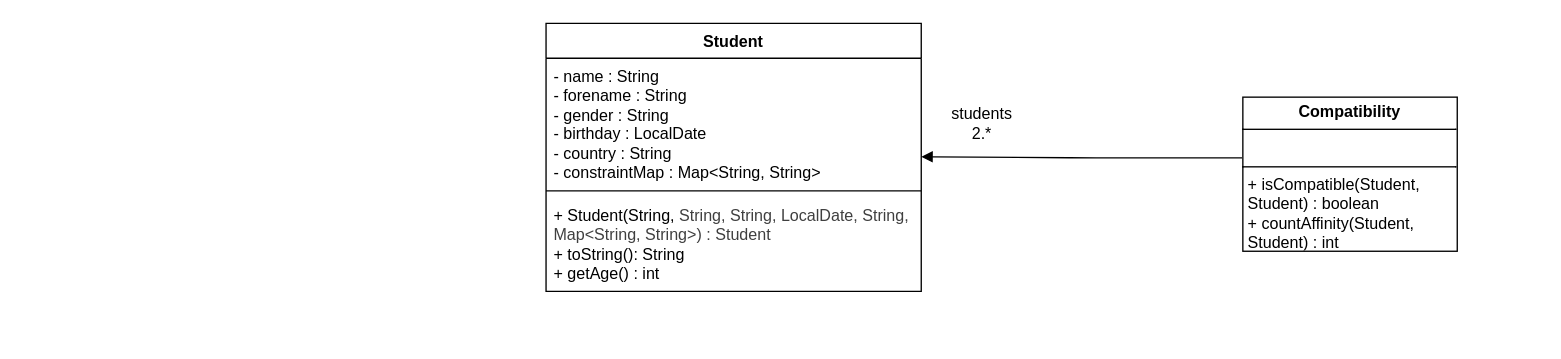
The draw.io diagram POO/res/UML.drawio in Mano-l59/Application-associations-etudiantes, before the edit. Source tidied: cells renumbered, new cells numbered last; positions are measured from the earlier drawing's top-left corner, leaving out a move shared by most shapes. Both pictures are drawn from the tidied source at 134%, with x=0, y=0 at pixel (545, 23).
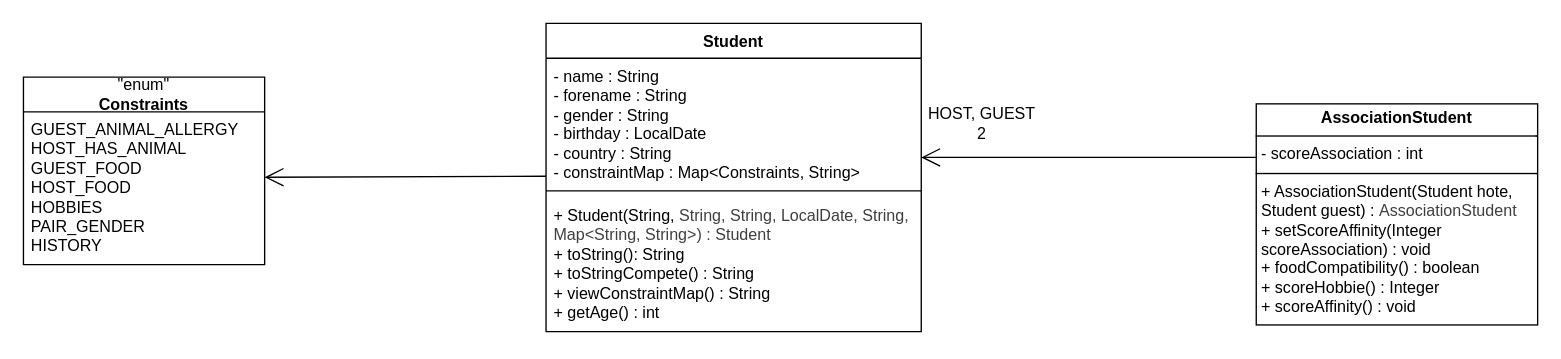
The same page after the edit.

Change to the diagram source:
```diff
@@
 <mxGraphModel>
   <root>
     <mxCell id="0" />
     <mxCell id="1" parent="0" />
     <mxCell id="2" value="Student" style="swimlane;fontStyle=1;align=center;verticalAlign=top;horizontal=1;startSize=26;whiteSpace=wrap;html=1;" parent="1" vertex="1">
-      <mxGeometry width="280" height="200" as="geometry" />
+      <mxGeometry width="280" height="230" as="geometry" />
     </mxCell>
-    <mxCell id="3" value="- name : String&lt;div&gt;- forename : String&lt;/div&gt;&lt;div&gt;- gender : String&lt;/div&gt;&lt;div&gt;- birthday : LocalDate&lt;/div&gt;&lt;div&gt;- country : String&lt;/div&gt;&lt;div&gt;- constraintMap : Map&amp;lt;String, String&amp;gt;&lt;/div&gt;" style="text;strokeColor=none;fillColor=none;align=left;verticalAlign=top;spacingLeft=4;spacingRight=4;overflow=hidden;whiteSpace=wrap;html=1;" parent="2" vertex="1">
+    <mxCell id="3" value="- name : String&lt;div&gt;- forename : String&lt;/div&gt;&lt;div&gt;- gender : String&lt;/div&gt;&lt;div&gt;- birthday : LocalDate&lt;/div&gt;&lt;div&gt;- country : String&lt;/div&gt;&lt;div&gt;- constraintMap : Map&amp;lt;Constraints, String&amp;gt;&lt;/div&gt;" style="text;strokeColor=none;fillColor=none;align=left;verticalAlign=top;spacingLeft=4;spacingRight=4;overflow=hidden;whiteSpace=wrap;html=1;" parent="2" vertex="1">
       <mxGeometry y="26" width="280" height="94" as="geometry" />
     </mxCell>
     <mxCell id="4" style="line;strokeWidth=1;fillColor=none;align=left;verticalAlign=middle;spacingTop=-1;spacingLeft=3;spacingRight=3;labelPosition=right;strokeColor=inherit;" parent="2" vertex="1">
       <mxGeometry y="120" width="280" height="10" as="geometry" />
     </mxCell>
-    <mxCell id="5" value="&lt;div&gt;+ Student(String,&amp;nbsp;&lt;span style=&quot;color: rgb(63, 63, 63); background-color: transparent;&quot;&gt;String,&amp;nbsp;&lt;/span&gt;&lt;span style=&quot;color: rgb(63, 63, 63); background-color: transparent;&quot;&gt;String, LocalDate,&amp;nbsp;&lt;/span&gt;&lt;span style=&quot;color: rgb(63, 63, 63); background-color: transparent;&quot;&gt;String, Map&amp;lt;&lt;/span&gt;&lt;span style=&quot;color: rgb(63, 63, 63); background-color: transparent;&quot;&gt;String, String&amp;gt;) : Student&lt;/span&gt;&lt;span style=&quot;background-color: transparent;&quot;&gt;&amp;nbsp;&lt;/span&gt;&lt;/div&gt;+ toString(): String&lt;div&gt;+ getAge() : int&lt;/div&gt;" style="text;strokeColor=none;fillColor=none;align=left;verticalAlign=top;spacingLeft=4;spacingRight=4;overflow=hidden;whiteSpace=wrap;html=1;" parent="2" vertex="1">
-      <mxGeometry y="130" width="280" height="70" as="geometry" />
+    <mxCell id="5" value="&lt;div&gt;+ Student(String,&amp;nbsp;&lt;span style=&quot;color: rgb(63, 63, 63); background-color: transparent;&quot;&gt;String,&amp;nbsp;&lt;/span&gt;&lt;span style=&quot;color: rgb(63, 63, 63); background-color: transparent;&quot;&gt;String, LocalDate,&amp;nbsp;&lt;/span&gt;&lt;span style=&quot;color: rgb(63, 63, 63); background-color: transparent;&quot;&gt;String, Map&amp;lt;&lt;/span&gt;&lt;span style=&quot;color: rgb(63, 63, 63); background-color: transparent;&quot;&gt;String, String&amp;gt;) : Student&lt;/span&gt;&lt;span style=&quot;background-color: transparent;&quot;&gt;&amp;nbsp;&lt;/span&gt;&lt;/div&gt;+ toString(): String&lt;div&gt;&lt;font color=&quot;#000000&quot;&gt;+ toStringCompete() : String&lt;/font&gt;&lt;/div&gt;&lt;div&gt;&lt;font color=&quot;#000000&quot;&gt;&lt;font color=&quot;#000000&quot;&gt;+ viewConstraintMap() : String&lt;br&gt;&lt;/font&gt;&lt;/font&gt;&lt;div&gt;+ getAge() : int&lt;/div&gt;&lt;/div&gt;" style="text;strokeColor=none;fillColor=none;align=left;verticalAlign=top;spacingLeft=4;spacingRight=4;overflow=hidden;whiteSpace=wrap;html=1;" parent="2" vertex="1">
+      <mxGeometry y="130" width="280" height="100" as="geometry" />
     </mxCell>
-    <mxCell id="6" value="&lt;p style=&quot;margin:0px;margin-top:4px;text-align:center;&quot;&gt;&lt;b&gt;Compatibility&lt;/b&gt;&lt;/p&gt;&lt;hr size=&quot;1&quot; style=&quot;border-style:solid;&quot;&gt;&lt;p style=&quot;margin:0px;margin-left:4px;&quot;&gt;&lt;br&gt;&lt;/p&gt;&lt;hr size=&quot;1&quot; style=&quot;border-style:solid;&quot;&gt;&lt;p style=&quot;margin:0px;margin-left:4px;&quot;&gt;+ isCompatible(Student, Student) : boolean&lt;/p&gt;&lt;p style=&quot;margin:0px;margin-left:4px;&quot;&gt;+ countAffinity(Student, Student) : int&lt;/p&gt;" style="verticalAlign=top;align=left;overflow=fill;html=1;whiteSpace=wrap;" parent="1" vertex="1">
-      <mxGeometry x="520" y="55" width="160" height="115" as="geometry" />
+    <mxCell id="6" value="&lt;p style=&quot;margin:0px;margin-top:4px;text-align:center;&quot;&gt;&lt;b&gt;AssociationStudent&lt;/b&gt;&lt;/p&gt;&lt;hr size=&quot;1&quot; style=&quot;border-style:solid;&quot;&gt;&lt;p style=&quot;margin:0px;margin-left:4px;&quot;&gt;&lt;span style=&quot;background-color: transparent;&quot;&gt;- scoreAssociation : int&lt;/span&gt;&lt;/p&gt;&lt;hr size=&quot;1&quot; style=&quot;border-style:solid;&quot;&gt;&lt;p style=&quot;margin:0px;margin-left:4px;&quot;&gt;+ AssociationStudent(Student hote, Student guest) :&amp;nbsp;&lt;span style=&quot;color: rgb(63, 63, 63); background-color: transparent;&quot;&gt;AssociationStudent&lt;/span&gt;&lt;/p&gt;&lt;p style=&quot;margin:0px;margin-left:4px;&quot;&gt;+ setScoreAffinity(Integer scoreAssociation) : void&lt;/p&gt;&lt;p style=&quot;margin:0px;margin-left:4px;&quot;&gt;+&amp;nbsp;foodCompatibility() : boolean&lt;/p&gt;&lt;p style=&quot;margin:0px;margin-left:4px;&quot;&gt;+&amp;nbsp;scoreHobbie() : Integer&lt;/p&gt;&lt;p style=&quot;margin:0px;margin-left:4px;&quot;&gt;+&amp;nbsp;scoreAffinity() : void&lt;/p&gt;" style="verticalAlign=top;align=left;overflow=fill;html=1;whiteSpace=wrap;" parent="1" vertex="1">
+      <mxGeometry x="530" y="60" width="210" height="165" as="geometry" />
     </mxCell>
-    <mxCell id="7" style="endArrow=block;endFill=1;html=1;edgeStyle=orthogonalEdgeStyle;align=left;verticalAlign=top;entryX=1.018;entryY=0.684;entryDx=0;entryDy=0;entryPerimeter=0;exitX=-0.004;exitY=0.394;exitDx=0;exitDy=0;exitPerimeter=0;" parent="1" edge="1" source="6">
-      <mxGeometry x="-1" relative="1" as="geometry">
-        <mxPoint x="280" y="99.5" as="targetPoint" />
-      </mxGeometry>
-    </mxCell>
-    <mxCell id="8" value="students&lt;div&gt;2.*&lt;/div&gt;" style="text;html=1;align=center;verticalAlign=middle;strokeColor=none;fillColor=none;" parent="1" vertex="1">
-      <mxGeometry x="290" y="55" width="70" height="40" as="geometry" />
+    <mxCell id="8" value="&lt;div&gt;HOST, GUEST&lt;/div&gt;&lt;div&gt;2&lt;/div&gt;" style="text;html=1;align=center;verticalAlign=middle;strokeColor=none;fillColor=none;" parent="1" vertex="1">
+      <mxGeometry x="275" y="55" width="100" height="40" as="geometry" />
     </mxCell>
+    <mxCell id="9" value="&quot;enum&quot;&lt;div&gt;&lt;b&gt;Constraints&lt;/b&gt;&lt;/div&gt;" style="swimlane;fontStyle=0;horizontal=1;startSize=26;fillColor=none;whiteSpace=wrap;html=1;" parent="1" vertex="1">
+      <mxGeometry x="-390" y="40" width="180" height="140" as="geometry" />
+    </mxCell>
+    <mxCell id="10" value="GUEST_ANIMAL_ALLERGY&lt;div&gt;HOST_HAS_ANIMAL&lt;/div&gt;&lt;div&gt;GUEST_FOOD&lt;/div&gt;&lt;div&gt;HOST_FOOD&lt;/div&gt;&lt;div&gt;HOBBIES&lt;/div&gt;&lt;div&gt;PAIR_GENDER&lt;/div&gt;&lt;div&gt;HISTORY&lt;/div&gt;&lt;div&gt;&lt;br&gt;&lt;/div&gt;" style="text;strokeColor=none;fillColor=none;align=left;verticalAlign=top;spacingLeft=4;spacingRight=4;overflow=hidden;whiteSpace=wrap;html=1;" parent="9" vertex="1">
+      <mxGeometry y="26" width="180" height="114" as="geometry" />
+    </mxCell>
+    <mxCell id="11" style="endArrow=open;endFill=1;endSize=12;html=1;exitX=-0.001;exitY=0.242;exitDx=0;exitDy=0;exitPerimeter=0;" parent="1" edge="1" source="6">
+      <mxGeometry relative="1" as="geometry">
+        <mxPoint x="280" y="100" as="targetPoint" />
+      </mxGeometry>
+    </mxCell>
+    <mxCell id="12" style="endArrow=open;endFill=1;endSize=12;html=1;entryX=1.019;entryY=0.251;entryDx=0;entryDy=0;entryPerimeter=0;" parent="1" edge="1">
+      <mxGeometry relative="1" as="geometry">
+        <mxPoint y="114" as="sourcePoint" />
+        <mxPoint x="-210" y="114.8" as="targetPoint" />
+      </mxGeometry>
+    </mxCell>
   </root>
 </mxGraphModel>
```
